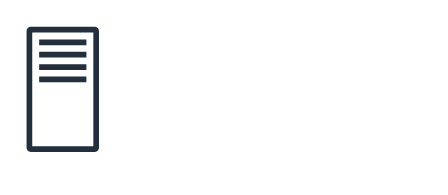
Before: .drawio in AndreVu/ActiveDirectoryLab, a draw.io diagram. Source tidied: cells renumbered, new cells numbered last; positions are measured from the earlier drawing's top-left corner, leaving out a move shared by most shapes. Both pictures are drawn from the tidied source at 161%, with x=0, y=0 at pixel (26, 26).
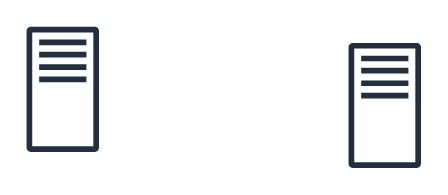
After the change.

Change to the diagram source:
```diff
@@
 <mxGraphModel>
   <root>
     <mxCell id="0" />
     <mxCell id="1" parent="0" />
     <mxCell id="2" style="sketch=0;fontColor=#232F3E;gradientColor=none;fillColor=#232F3D;strokeColor=none;dashed=0;verticalLabelPosition=bottom;verticalAlign=top;align=center;html=1;fontSize=12;fontStyle=0;shape=mxgraph.aws4.traditional_server;" parent="1" vertex="1">
       <mxGeometry width="45" height="78" as="geometry" />
     </mxCell>
+    <mxCell id="3" style="sketch=0;fontColor=#232F3E;gradientColor=none;fillColor=#232F3D;strokeColor=none;dashed=0;verticalLabelPosition=bottom;verticalAlign=top;align=center;html=1;fontSize=12;fontStyle=0;shape=mxgraph.aws4.traditional_server;" parent="1" vertex="1">
+      <mxGeometry x="200" y="10" width="45" height="78" as="geometry" />
+    </mxCell>
   </root>
 </mxGraphModel>
```
